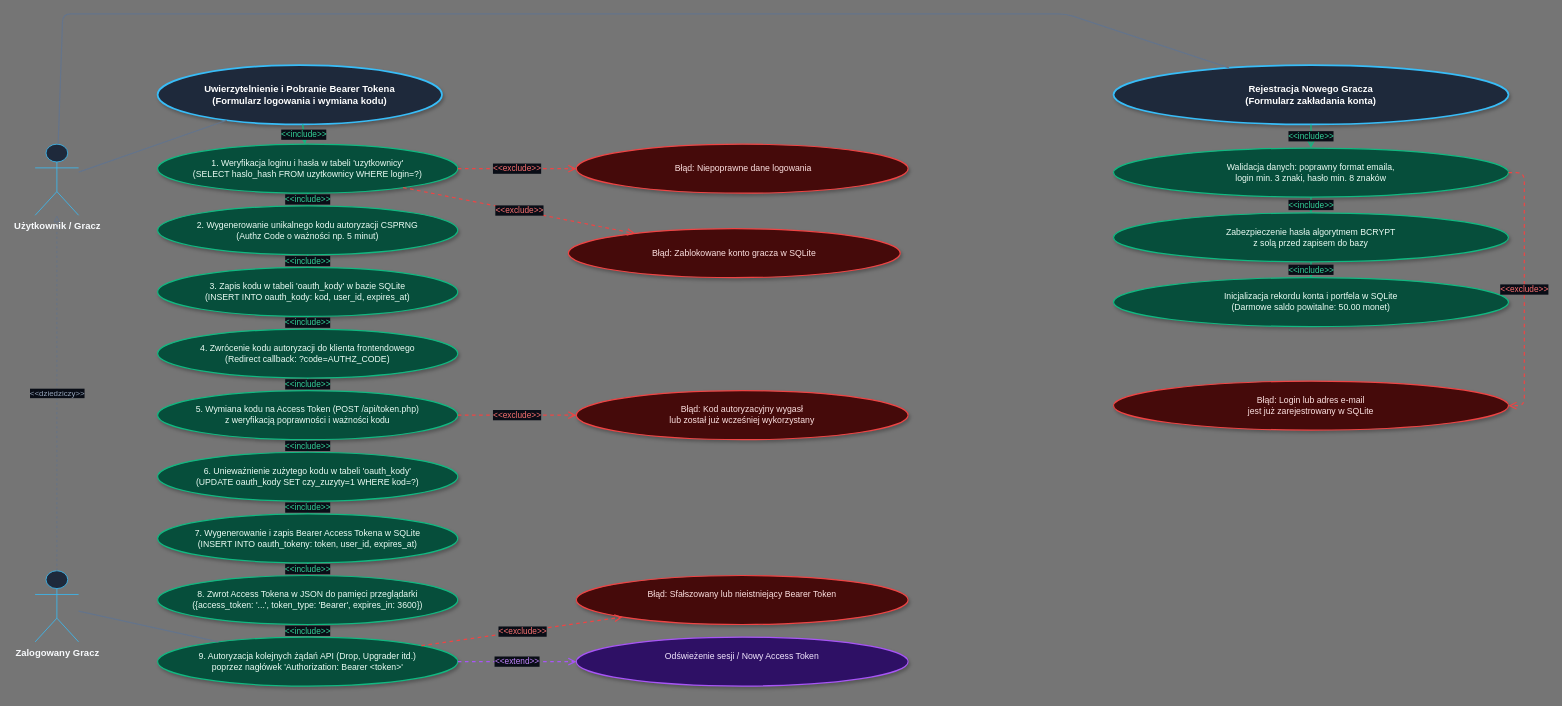
Before: page "1. Autoryzacja OAuth 2.0 (SQLite)" (1 of 3) of MOCNYDROP_PROJEKT.drawio in KubeKoslaw/MOCNYDROP, a draw.io diagram. Source tidied: cells renumbered, new cells numbered last; positions are measured from the earlier drawing's top-left corner, leaving out a move shared by most shapes. Both pictures are drawn from the tidied source at 79%, with x=0, y=0 at pixel (35, 13).
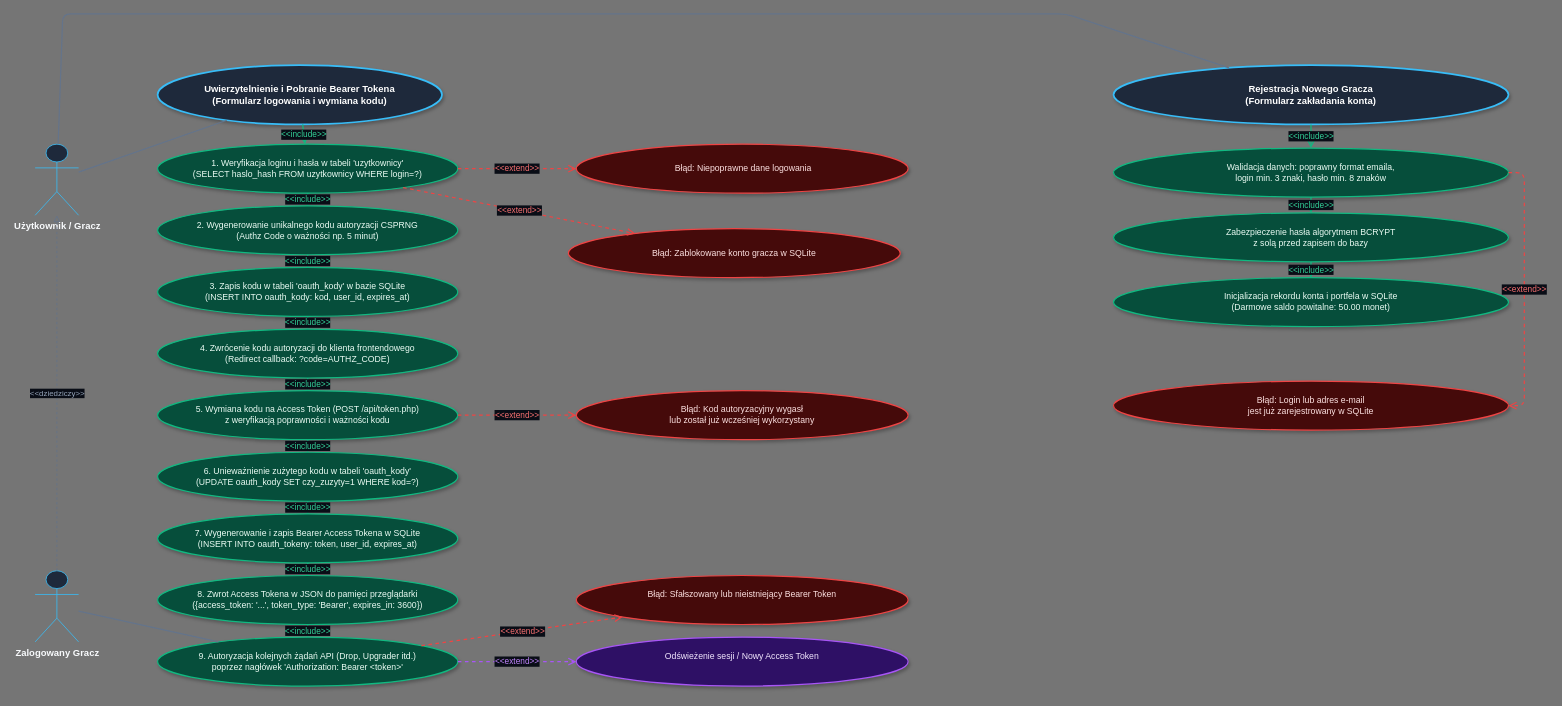
Above is the later version.

The change refers to these unchanged cells:
```xml
<mxCell id="7" value="1. Weryfikacja loginu i hasła w tabeli 'uzytkownicy'&#10;(SELECT haslo_hash FROM uzytkownicy WHERE login=?)" style="ellipse;whiteSpace=wrap;html=1;fillColor=#064e3b;strokeColor=#10b981;strokeWidth=1.5;fontColor=#ecfdf5;fontSize=11;fontStyle=0;shadow=1;" parent="1" vertex="1">
  <mxGeometry x="155" y="165" width="380" height="62" as="geometry" />
</mxCell>
<mxCell id="15" value="5. Wymiana kodu na Access Token (POST /api/token.php)&#10;z weryfikacją poprawności i ważności kodu" style="ellipse;whiteSpace=wrap;html=1;fillColor=#064e3b;strokeColor=#10b981;strokeWidth=1.5;fontColor=#ecfdf5;fontSize=11;fontStyle=0;shadow=1;" parent="1" vertex="1">
  <mxGeometry x="155" y="477" width="380" height="62" as="geometry" />
</mxCell>
<mxCell id="23" value="9. Autoryzacja kolejnych żądań API (Drop, Upgrader itd.)&#10;poprzez nagłówek 'Authorization: Bearer &amp;lt;token&amp;gt;'" style="ellipse;whiteSpace=wrap;html=1;fillColor=#064e3b;strokeColor=#10b981;strokeWidth=1.5;fontColor=#ecfdf5;fontSize=11;fontStyle=0;shadow=1;" parent="1" vertex="1">
  <mxGeometry x="155" y="789" width="380" height="62" as="geometry" />
</mxCell>
<mxCell id="26" value="&amp;nbsp;Błąd: Niepoprawne dane logowania" style="ellipse;whiteSpace=wrap;html=1;fillColor=#450a0a;strokeColor=#ef4444;strokeWidth=1.5;fontColor=#fee2e2;fontSize=11;fontStyle=0;strokeDashed=1;shadow=1;" parent="1" vertex="1">
  <mxGeometry x="685" y="165" width="420" height="62" as="geometry" />
</mxCell>
<mxCell id="28" value="Błąd: Zablokowane konto gracza w SQLite" style="ellipse;whiteSpace=wrap;html=1;fillColor=#450a0a;strokeColor=#ef4444;strokeWidth=1.5;fontColor=#fee2e2;fontSize=11;fontStyle=0;strokeDashed=1;shadow=1;" parent="1" vertex="1">
  <mxGeometry x="675" y="272" width="420" height="62" as="geometry" />
</mxCell>
<mxCell id="30" value="Błąd: Kod autoryzacyjny wygasł&lt;br&gt;lub został już wcześniej wykorzystany" style="ellipse;whiteSpace=wrap;html=1;fillColor=#450a0a;strokeColor=#ef4444;strokeWidth=1.5;fontColor=#fee2e2;fontSize=11;fontStyle=0;strokeDashed=1;shadow=1;" parent="1" vertex="1">
  <mxGeometry x="685" y="477" width="420" height="62" as="geometry" />
</mxCell>
<mxCell id="32" value="Błąd: Sfałszowany lub nieistniejący Bearer Token&lt;div&gt;&lt;br&gt;&lt;/div&gt;" style="ellipse;whiteSpace=wrap;html=1;fillColor=#450a0a;strokeColor=#ef4444;strokeWidth=1.5;fontColor=#fee2e2;fontSize=11;fontStyle=0;strokeDashed=1;shadow=1;" parent="1" vertex="1">
  <mxGeometry x="685" y="711" width="420" height="62" as="geometry" />
</mxCell>
<mxCell id="38" value="Walidacja danych: poprawny format emaila,&#10;login min. 3 znaki, hasło min. 8 znaków" style="ellipse;whiteSpace=wrap;html=1;fillColor=#064e3b;strokeColor=#10b981;strokeWidth=1.5;fontColor=#ecfdf5;fontSize=11;fontStyle=0;shadow=1;" parent="1" vertex="1">
  <mxGeometry x="1365" y="170" width="500" height="62" as="geometry" />
</mxCell>
<mxCell id="44" value="Błąd: Login lub adres e-mail&lt;br&gt;jest już zarejestrowany w SQLite" style="ellipse;whiteSpace=wrap;html=1;fillColor=#450a0a;strokeColor=#ef4444;strokeWidth=1.5;fontColor=#fee2e2;fontSize=11;fontStyle=0;strokeDashed=1;shadow=1;" parent="1" vertex="1">
  <mxGeometry x="1365" y="465" width="500" height="62" as="geometry" />
</mxCell>
```

Diff of the diagram source:
```diff
@@
-    <mxCell id="27" value="&amp;lt;&amp;lt;exclude&amp;gt;&amp;gt;" style="endArrow=open;dashed=1;endSize=7;html=1;strokeColor=#ef4444;fontColor=#f87171;strokeWidth=1.5;fontSize=10.5;labelBackgroundColor=#090d16;" parent="1" edge="1" source="7" target="26">
+    <mxCell id="27" value="&amp;lt;&amp;lt;extend&amp;gt;&amp;gt;" style="endArrow=open;dashed=1;endSize=7;html=1;strokeColor=#ef4444;fontColor=#f87171;strokeWidth=1.5;fontSize=10.5;labelBackgroundColor=#090d16;" parent="1" edge="1" source="7" target="26">
       <mxGeometry relative="1" as="geometry" />
     </mxCell>
@@
-    <mxCell id="29" value="&amp;lt;&amp;lt;exclude&amp;gt;&amp;gt;" style="endArrow=open;dashed=1;endSize=7;html=1;strokeColor=#ef4444;fontColor=#f87171;strokeWidth=1.5;fontSize=10.5;labelBackgroundColor=#090d16;" parent="1" edge="1" source="7" target="28">
+    <mxCell id="29" value="&amp;lt;&amp;lt;extend&amp;gt;&amp;gt;" style="endArrow=open;dashed=1;endSize=7;html=1;strokeColor=#ef4444;fontColor=#f87171;strokeWidth=1.5;fontSize=10.5;labelBackgroundColor=#090d16;" parent="1" edge="1" source="7" target="28">
       <mxGeometry relative="1" as="geometry" />
     </mxCell>
@@
-    <mxCell id="31" value="&amp;lt;&amp;lt;exclude&amp;gt;&amp;gt;" style="endArrow=open;dashed=1;endSize=7;html=1;strokeColor=#ef4444;fontColor=#f87171;strokeWidth=1.5;fontSize=10.5;labelBackgroundColor=#090d16;" parent="1" edge="1" source="15" target="30">
+    <mxCell id="31" value="&amp;lt;&amp;lt;extend&amp;gt;&amp;gt;" style="endArrow=open;dashed=1;endSize=7;html=1;strokeColor=#ef4444;fontColor=#f87171;strokeWidth=1.5;fontSize=10.5;labelBackgroundColor=#090d16;" parent="1" edge="1" source="15" target="30">
       <mxGeometry relative="1" as="geometry" />
     </mxCell>
@@
-    <mxCell id="33" value="&amp;lt;&amp;lt;exclude&amp;gt;&amp;gt;" style="endArrow=open;dashed=1;endSize=7;html=1;strokeColor=#ef4444;fontColor=#f87171;strokeWidth=1.5;fontSize=10.5;labelBackgroundColor=#090d16;" parent="1" edge="1" source="23" target="32">
+    <mxCell id="33" value="&amp;lt;&amp;lt;extend&amp;gt;&amp;gt;" style="endArrow=open;dashed=1;endSize=7;html=1;strokeColor=#ef4444;fontColor=#f87171;strokeWidth=1.5;fontSize=10.5;labelBackgroundColor=#090d16;" parent="1" edge="1" source="23" target="32">
       <mxGeometry relative="1" as="geometry" />
     </mxCell>
@@
-    <mxCell id="45" value="&amp;lt;&amp;lt;exclude&amp;gt;&amp;gt;" style="endArrow=open;dashed=1;endSize=7;html=1;strokeColor=#ef4444;fontColor=#f87171;strokeWidth=1.5;fontSize=10.5;labelBackgroundColor=#090d16;" parent="1" edge="1" source="38" target="44">
+    <mxCell id="45" value="&amp;lt;&amp;lt;extend&amp;gt;&amp;gt;" style="endArrow=open;dashed=1;endSize=7;html=1;strokeColor=#ef4444;fontColor=#f87171;strokeWidth=1.5;fontSize=10.5;labelBackgroundColor=#090d16;" parent="1" edge="1" source="38" target="44">
       <mxGeometry relative="1" as="geometry">
         <Array as="points">
           <mxPoint x="1885" y="201" />
           <mxPoint x="1885" y="496" />
         </Array>
       </mxGeometry>
     </mxCell>
```
